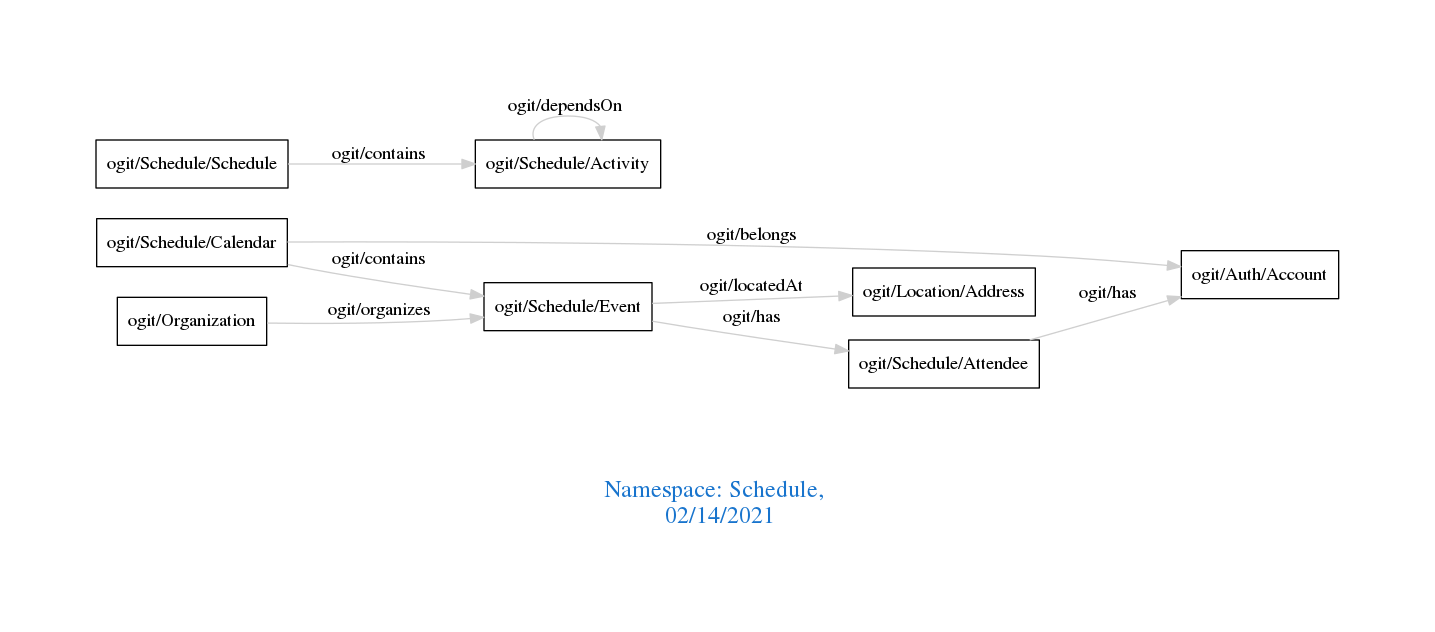
Before: downloads/Schedule.png, a diagram exported from Graphviz (arago/OGIT). Its source is kept beside it as downloads/Schedule.dot.
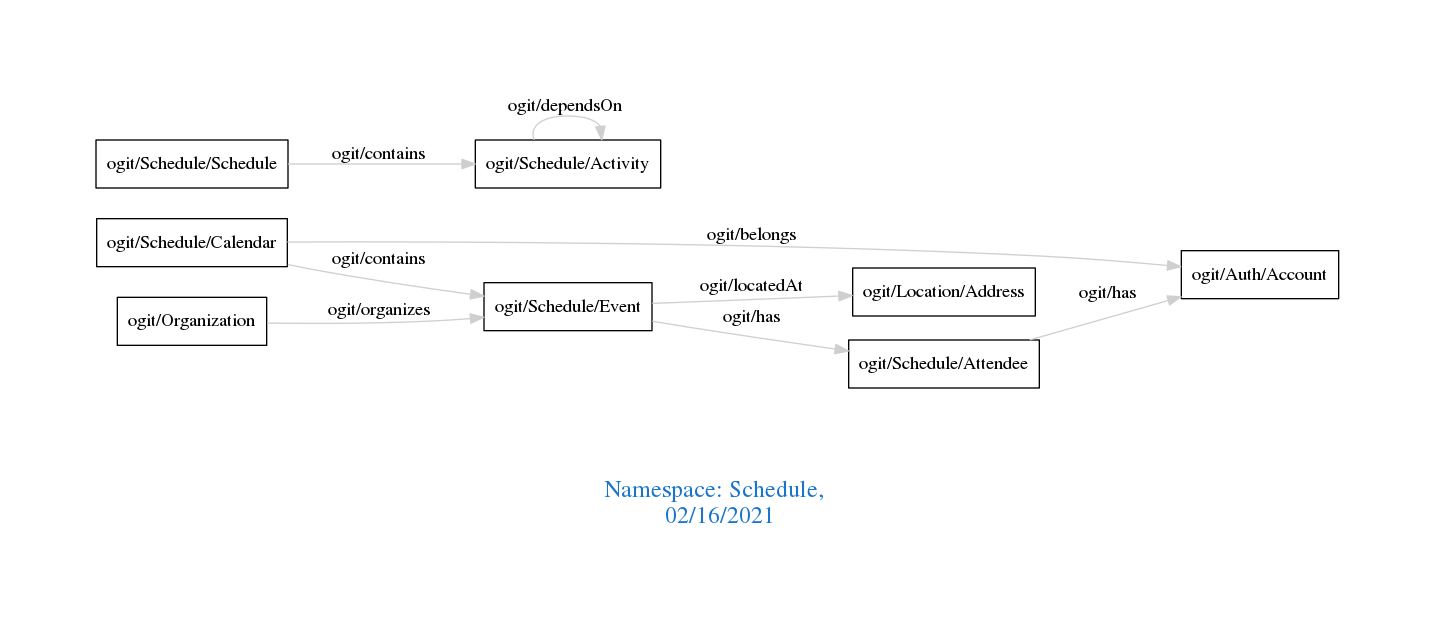
After the change.

Diff of the diagram source:
```diff
@@ -1,7 +1,7 @@
 digraph OGIT_ontology {
  graph [ rankdir= LR,pad=1
 fontsize = 18,
-fontcolor= dodgerblue3,label = "\n\n\nNamespace: Schedule, \n 02/14/2021"];
+fontcolor= dodgerblue3,label = "\n\n\nNamespace: Schedule, \n 02/16/2021"];
 node[shape=polygon];
 edge [  color="gray81"];
 
```
